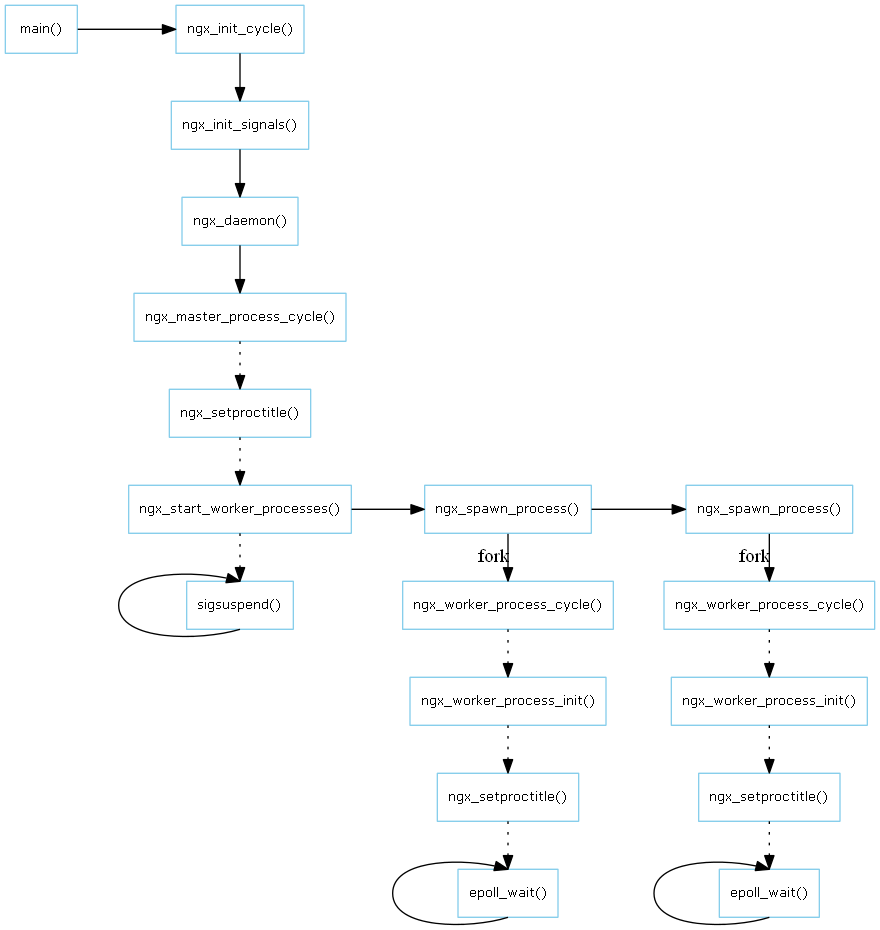
This is doc/Graph/process_model/construction.png from lingjf/nginx_analyse, a Graphviz export, as it was before one commit. Its source is kept beside it as doc/Graph/process_model/construction.gv. The source it was exported from:
```dot
digraph ngx_process_construct {
   rankdir=LR;
   node [shape=box, color=skyblue, fontname="Verdana", fontsize=10];

   "main()" -> "ngx_init_cycle()" -> "ngx_init_signals()" -> "ngx_daemon()" -> "ngx_master_process_cycle()";

   master_cycle_loop [label="sigsuspend()"];

   "ngx_master_process_cycle()" -> "ngx_setproctitle()" -> "ngx_start_worker_processes()" -> master_cycle_loop [style=dotted];
    master_cycle_loop:s -> master_cycle_loop:n;

   {rank="same";  "ngx_init_cycle()"; "ngx_init_signals()" ; "ngx_daemon()" ; "ngx_master_process_cycle()";
                             "ngx_setproctitle()";  "ngx_start_worker_processes()"; master_cycle_loop};


    ngx_spawn_process1 [label= "ngx_spawn_process()"];
    ngx_spawn_process2 [label= "ngx_spawn_process()"];

    ngx_worker_process_cycle1 [label= "ngx_worker_process_cycle()"];
    ngx_worker_process_cycle2 [label= "ngx_worker_process_cycle()"];

    ngx_worker_process_init1 [label= "ngx_worker_process_init()"];
    ngx_worker_process_init2 [label= "ngx_worker_process_init()"];

    ngx_setproctitle1 [label= "ngx_setproctitle()"];
    ngx_setproctitle2 [label= "ngx_setproctitle()"];

    worker_cycle_loop1 [label= "epoll_wait()"];
    worker_cycle_loop2 [label= "epoll_wait()"];

   "ngx_start_worker_processes()" -> ngx_spawn_process1 -> ngx_spawn_process2 ;

    ngx_spawn_process1 -> ngx_worker_process_cycle1 [label="fork"];
    ngx_spawn_process2 -> ngx_worker_process_cycle2 [label="fork"];

    ngx_worker_process_cycle1 -> ngx_worker_process_init1 -> ngx_setproctitle1 -> worker_cycle_loop1 [style=dotted];
    ngx_worker_process_cycle2 -> ngx_worker_process_init2 -> ngx_setproctitle2 -> worker_cycle_loop2 [style=dotted];

    worker_cycle_loop1:s -> worker_cycle_loop1:n;
    worker_cycle_loop2:s -> worker_cycle_loop2:n;

    {rank=same; ngx_spawn_process1; ngx_worker_process_cycle1; ngx_worker_process_init1; ngx_setproctitle1; worker_cycle_loop1};
    {rank=same; ngx_spawn_process2; ngx_worker_process_cycle2; ngx_worker_process_init2; ngx_setproctitle2; worker_cycle_loop2};
}
```
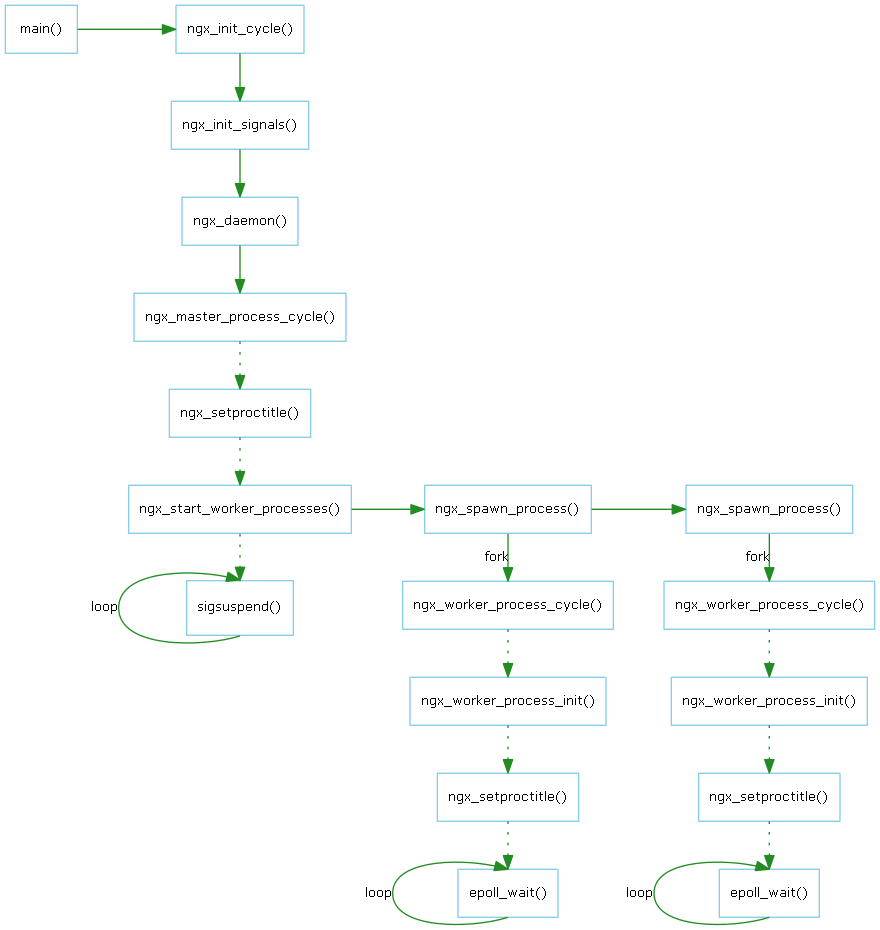
Above is the later version.

Diff of the diagram source:
```diff
@@ -1,13 +1,14 @@
 digraph ngx_process_construct {
    rankdir=LR;
    node [shape=box, color=skyblue, fontname="Verdana", fontsize=10];
+   edge [color=forestgreen, fontname="Verdana", fontsize=10];
 
    "main()" -> "ngx_init_cycle()" -> "ngx_init_signals()" -> "ngx_daemon()" -> "ngx_master_process_cycle()";
 
-   master_cycle_loop [label="sigsuspend()"];
+   master_cycle_loop [label=" \nsigsuspend()\n "];
 
    "ngx_master_process_cycle()" -> "ngx_setproctitle()" -> "ngx_start_worker_processes()" -> master_cycle_loop [style=dotted];
-    master_cycle_loop:s -> master_cycle_loop:n;
+    master_cycle_loop:s -> master_cycle_loop:n [label="loop"];
 
    {rank="same";  "ngx_init_cycle()"; "ngx_init_signals()" ; "ngx_daemon()" ; "ngx_master_process_cycle()";
                              "ngx_setproctitle()";  "ngx_start_worker_processes()"; master_cycle_loop};
@@ -36,8 +37,8 @@
     ngx_worker_process_cycle1 -> ngx_worker_process_init1 -> ngx_setproctitle1 -> worker_cycle_loop1 [style=dotted];
     ngx_worker_process_cycle2 -> ngx_worker_process_init2 -> ngx_setproctitle2 -> worker_cycle_loop2 [style=dotted];
 
-    worker_cycle_loop1:s -> worker_cycle_loop1:n;
-    worker_cycle_loop2:s -> worker_cycle_loop2:n;
+    worker_cycle_loop1:s -> worker_cycle_loop1:n [label="loop"];
+    worker_cycle_loop2:s -> worker_cycle_loop2:n [label="loop"];
 
     {rank=same; ngx_spawn_process1; ngx_worker_process_cycle1; ngx_worker_process_init1; ngx_setproctitle1; worker_cycle_loop1};
     {rank=same; ngx_spawn_process2; ngx_worker_process_cycle2; ngx_worker_process_init2; ngx_setproctitle2; worker_cycle_loop2};
```
